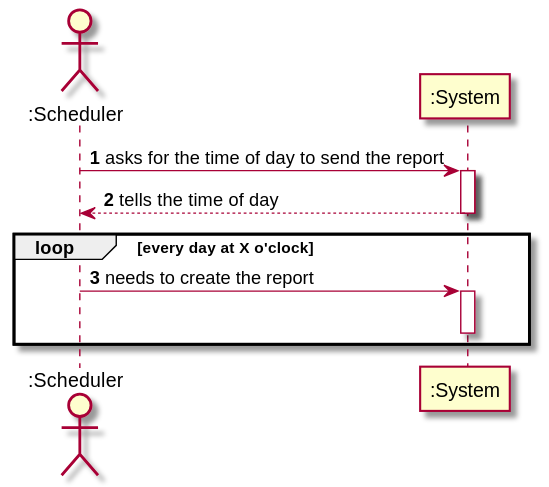
Earlier version of the PlantUML export docs/SprintD/US19/US19_SSD.svg (GuilhermeCunha79/lapr2).
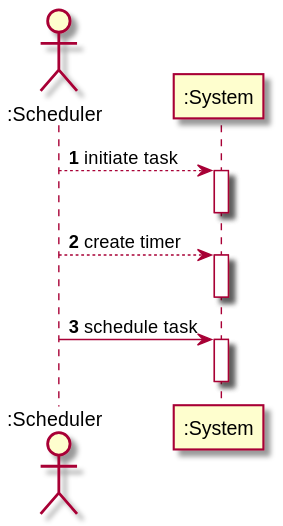
Above is the later version.

The edit, as a diff of the source:
```diff
@@ -5,14 +5,15 @@
 actor ":Scheduler" as S
 participant ":System" as SYS
 
-S -> SYS : asks for the time of day to send the report
-activate SYS
-SYS --> S : tells the time of day
-deactivate SYS
-loop every day at X o'clock
-S -> SYS : needs to create the report
+
+S --> SYS : initiate task
 activate SYS
 deactivate SYS
-end loop
+S --> SYS : create timer
+activate SYS
+deactivate SYS
+S -> SYS : schedule task
+activate SYS
+deactivate SYS
 
 @enduml
```
